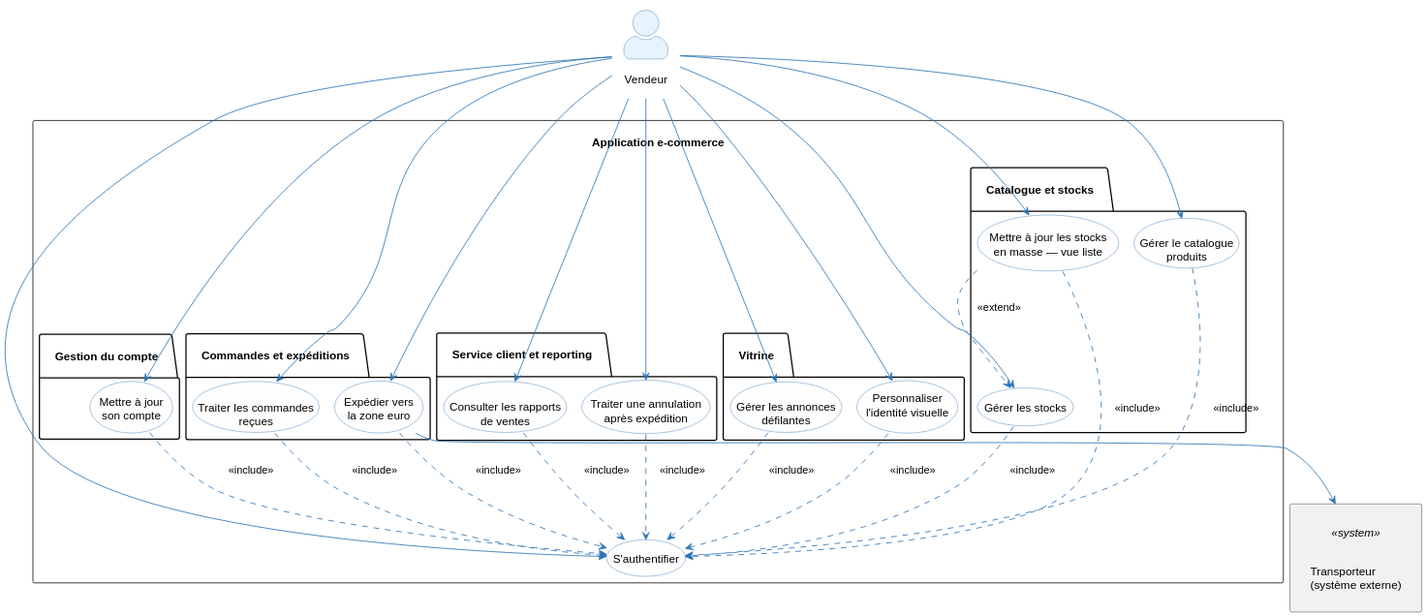
Above: architecture/01-operational-analysis/diagrams/oa-uc-vendor.svg in louistalvande/online_shop (PlantUML), before the change.
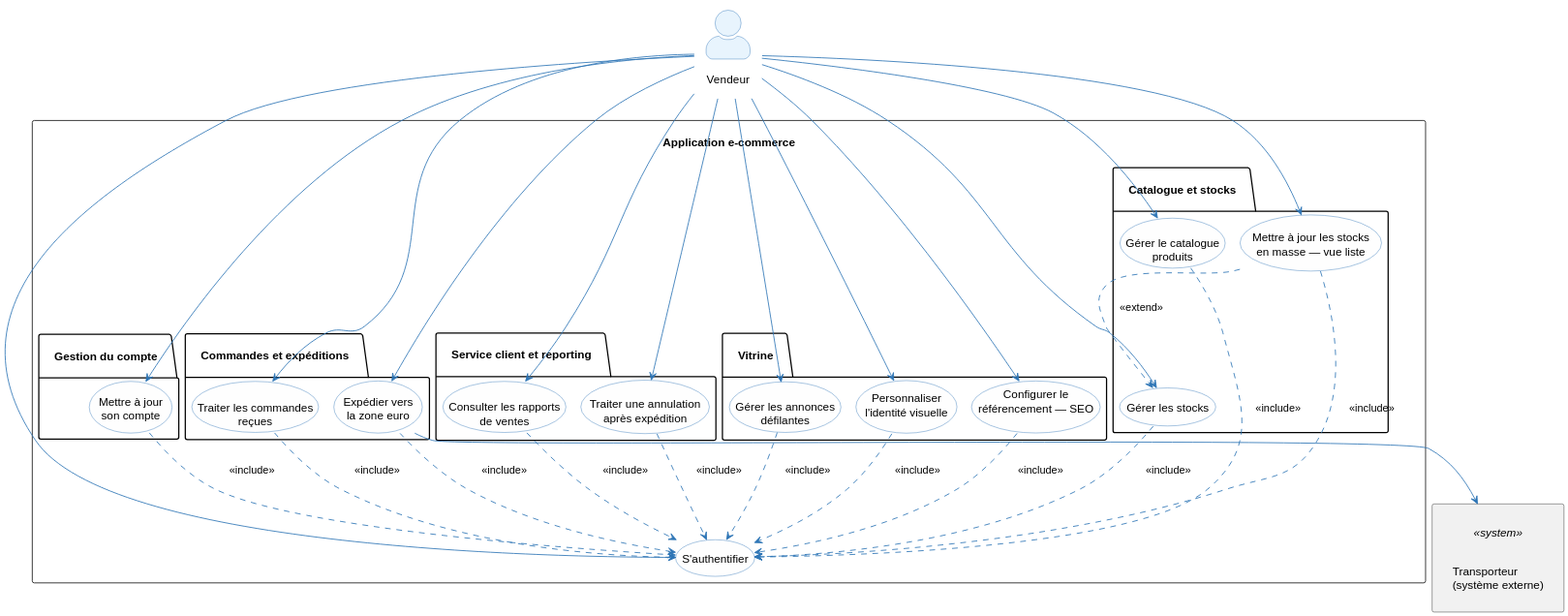
The same diagram one commit later.

What changed in the source:
```diff
@@ -36,6 +36,7 @@
   package "Vitrine" {
     usecase (Gérer les annonces\ndéfilantes) as UC_V9
     usecase (Personnaliser\nl'identité visuelle) as UC_V11
+    usecase (Configurer le\nréférencement — SEO) as UC_V13
   }
 }
 
@@ -50,6 +51,7 @@
 Vendor --> UC_V8
 Vendor --> UC_V9
 Vendor --> UC_V11
+Vendor --> UC_V13
 UC_V0 ..> UC_V_AUTH : <<include>>
 UC_V1 ..> UC_V_AUTH : <<include>>
 UC_V2 ..> UC_V_AUTH : <<include>>
@@ -60,6 +62,7 @@
 UC_V9 ..> UC_V_AUTH : <<include>>
 UC_V10 ..> UC_V_AUTH : <<include>>
 UC_V11 ..> UC_V_AUTH : <<include>>
+UC_V13 ..> UC_V_AUTH : <<include>>
 UC_V10 ..> UC_V2 : <<extend>>
 UC_V4 --> Carrier
 @enduml
```
